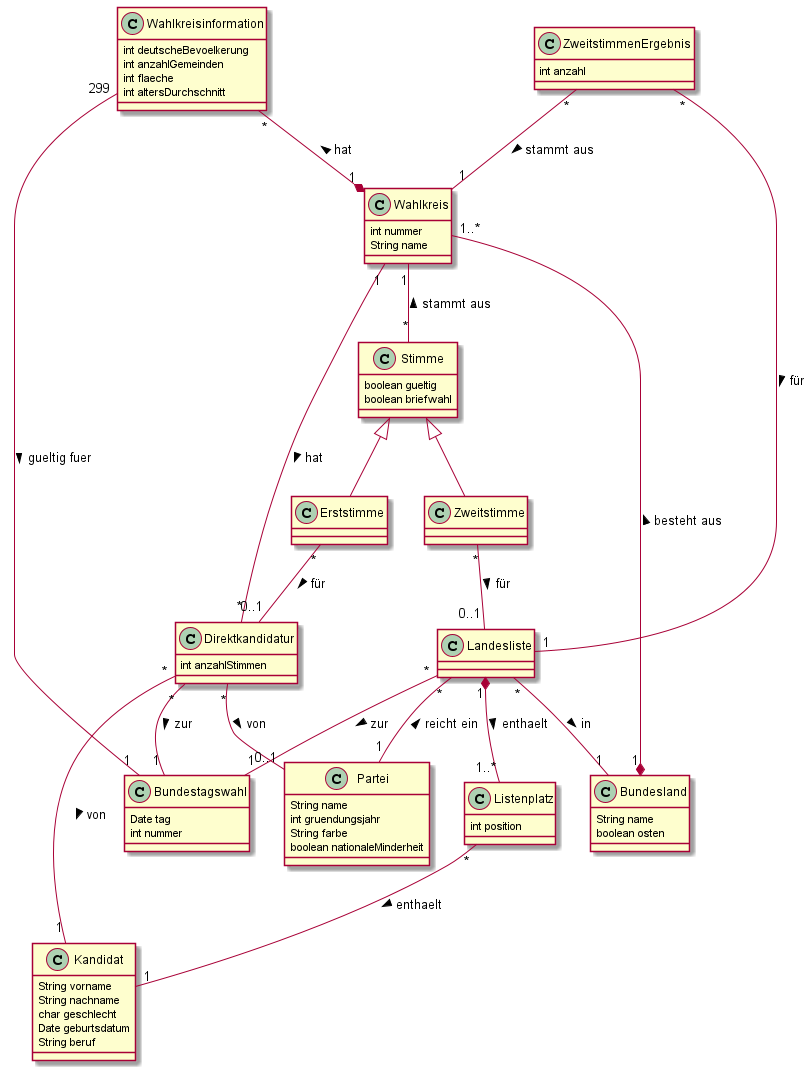
Earlier version of the PlantUML export Entwurf.png (Toemmsche/database-systems-project-mirror). The source it was exported from:
```plantuml
@startuml
class Kandidat {
    String vorname
    String nachname
    char geschlecht
    Date geburtsdatum
    String beruf
}

class Bundesland {
    String name
    boolean osten
}

class Partei {
    String name
    int gruendungsjahr
    String farbe
    boolean nationaleMinderheit
}

class Bundestagswahl{
   Date tag
   int nummer
}

class Wahlkreisinformation {
    int deutscheBevoelkerung
    int anzahlGemeinden
    int flaeche
    int altersDurchschnitt
}

class Landesliste {
}

class Listenplatz {
    int position
}

class Wahlkreis {
    int nummer
    String name
}

class ZweitstimmenErgebnis {
    int anzahl
}
class Stimme {
    boolean gueltig
    boolean briefwahl
}

class Zweitstimme extends Stimme {
}

class Erststimme extends Stimme {
}

class Direktkandidatur {
    int anzahlStimmen
}

Landesliste "*" -- "1" Bundesland : in >
Landesliste "*" -- "1" Partei : < reicht ein
Landesliste "*" -- "1" Bundestagswahl: zur >

Landesliste "1" *-- "1..*" Listenplatz : enthaelt >
Listenplatz "*" -- "1" Kandidat : enthaelt >

Wahlkreis "1..*" --* "1" Bundesland : besteht aus <

Wahlkreisinformation "*" --* "1" Wahlkreis : < hat
Wahlkreisinformation "299" -- "1" Bundestagswahl: gueltig fuer >

Direktkandidatur "*" -- "1" Kandidat : von >
Direktkandidatur "*" -- "1" Wahlkreis : < hat
Direktkandidatur "*" -- "0..1" Partei : von >
Direktkandidatur "*" -- "1" Bundestagswahl: zur >

Erststimme "*" -- "0..1" Direktkandidatur : für >
Zweitstimme "*" -- "0..1" Landesliste : für >
Stimme "*" -up- "1" Wahlkreis : stammt aus >
ZweitstimmenErgebnis "*" -- "1" Wahlkreis : stammt aus >
ZweitstimmenErgebnis "*" -- "1" Landesliste : für >
@enduml
```
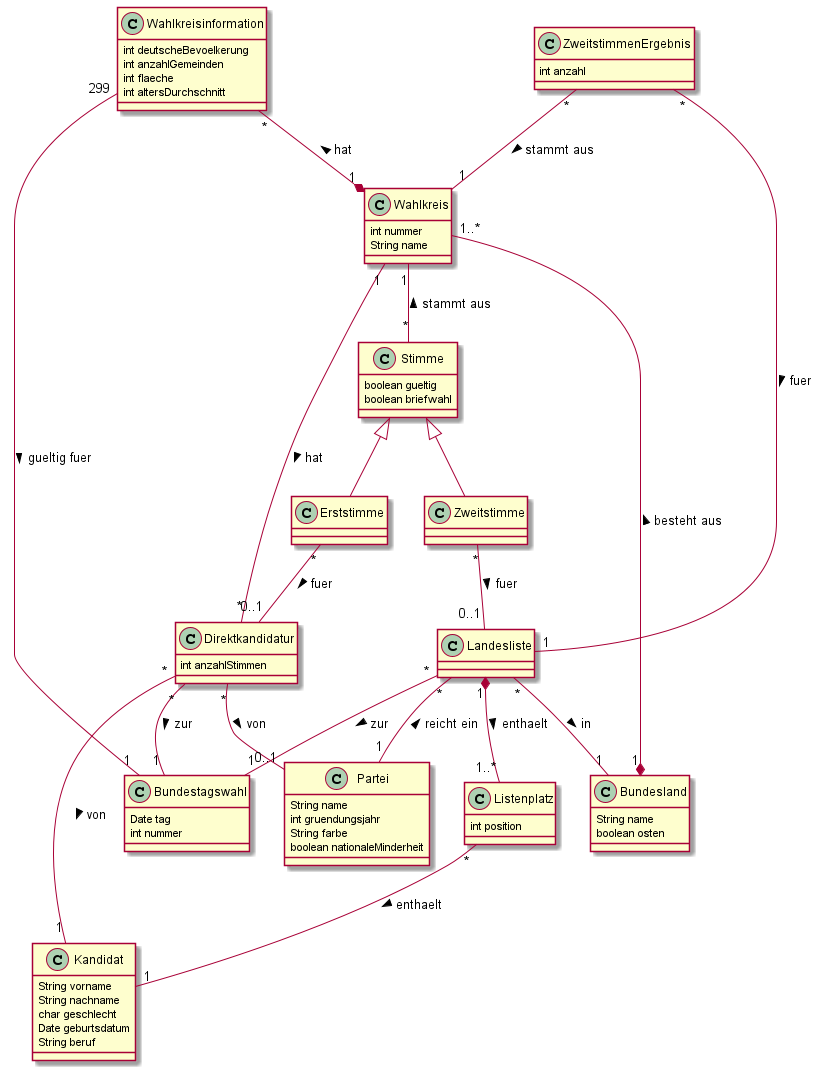
The same file after the commit.

The edit, as a diff of the source:
```diff
@@ -46,6 +46,7 @@
 class ZweitstimmenErgebnis {
     int anzahl
 }
+
 class Stimme {
     boolean gueltig
     boolean briefwahl
@@ -78,9 +79,9 @@
 Direktkandidatur "*" -- "0..1" Partei : von >
 Direktkandidatur "*" -- "1" Bundestagswahl: zur >
 
-Erststimme "*" -- "0..1" Direktkandidatur : für >
-Zweitstimme "*" -- "0..1" Landesliste : für >
+Erststimme "*" -- "0..1" Direktkandidatur : fuer >
+Zweitstimme "*" -- "0..1" Landesliste : fuer >
 Stimme "*" -up- "1" Wahlkreis : stammt aus >
 ZweitstimmenErgebnis "*" -- "1" Wahlkreis : stammt aus >
-ZweitstimmenErgebnis "*" -- "1" Landesliste : für >
+ZweitstimmenErgebnis "*" -- "1" Landesliste : fuer >
 @enduml
```
